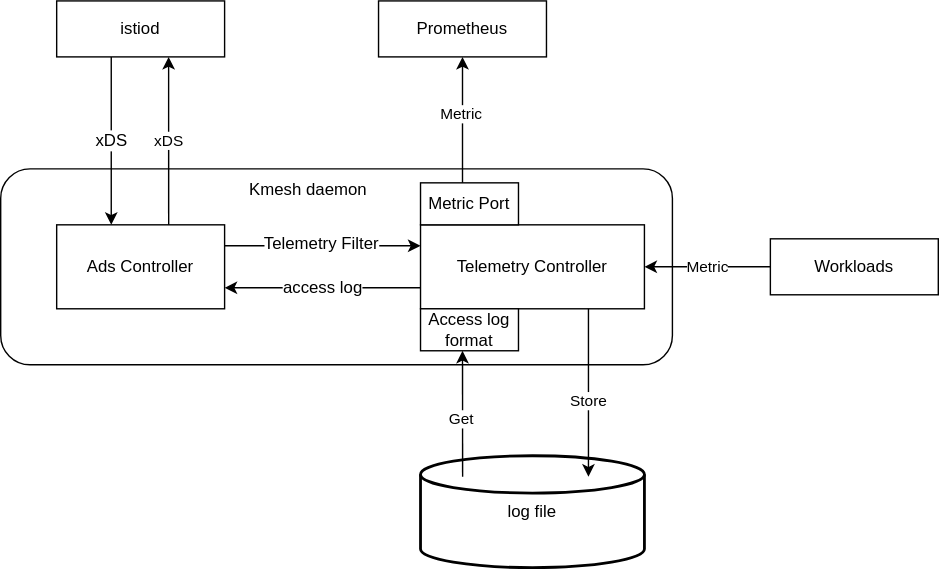
The draw.io diagram docs/proposal/pics/observability.svg in kmesh-net/kmesh, before a commit. Source tidied: cells renumbered, new cells last; positions are measured from the earlier drawing's top-left corner, leaving out a move shared by most shapes.
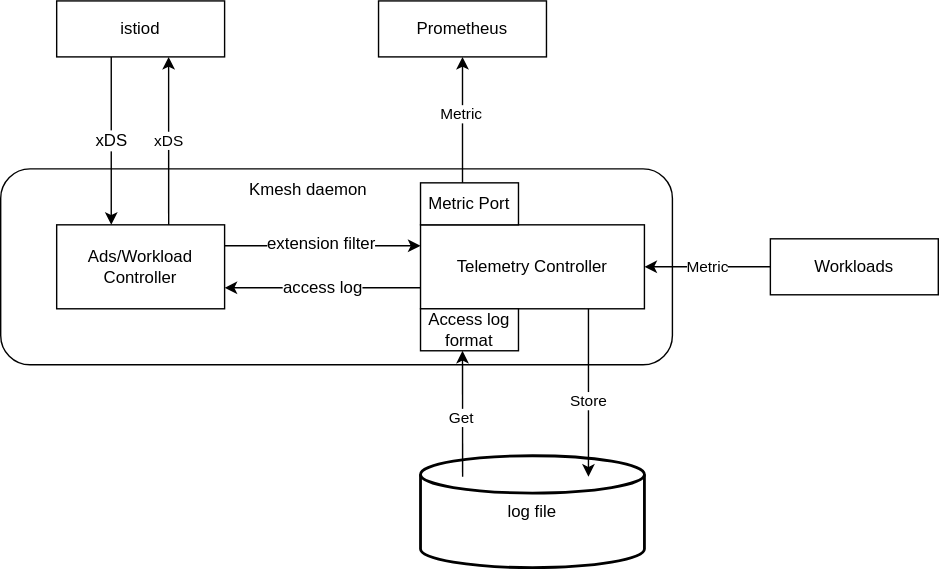
Later version of the same file.

Commit message:
change pictures in observability proposal

The edit, as a diff of the source:
```diff
@@ -8,7 +8,7 @@
     <mxCell id="3" style="rounded=1;whiteSpace=wrap;html=1;" parent="1" vertex="1">
       <mxGeometry y="120" width="480" height="140" as="geometry" />
     </mxCell>
-    <mxCell id="4" value="&lt;font style=&quot;font-size: 12px;&quot;&gt;Ads Controller&lt;/font&gt;" style="rounded=0;whiteSpace=wrap;html=1;" parent="1" vertex="1">
+    <mxCell id="4" value="&lt;font style=&quot;font-size: 12px;&quot;&gt;Ads/Workload Controller&lt;/font&gt;" style="rounded=0;whiteSpace=wrap;html=1;" parent="1" vertex="1">
       <mxGeometry x="40" y="160" width="120" height="60" as="geometry" />
     </mxCell>
     <mxCell id="5" style="edgeStyle=orthogonalEdgeStyle;rounded=0;jettySize=auto;html=1;exitX=0;exitY=0.75;exitDx=0;exitDy=0;entryX=1;entryY=0.75;entryDx=0;entryDy=0;" parent="1" edge="1" source="7" target="4">
@@ -34,7 +34,7 @@
         <mxPoint x="160" y="175" as="sourcePoint" />
       </mxGeometry>
     </mxCell>
-    <mxCell id="11" value="&lt;span style=&quot;font-size: 12px;&quot;&gt;Telemetry Filter&lt;/span&gt;" style="edgeLabel;html=1;align=center;verticalAlign=middle;" parent="10" vertex="1">
+    <mxCell id="11" value="&lt;span style=&quot;font-size: 12px;&quot;&gt;extension filter&lt;/span&gt;" style="edgeLabel;html=1;align=center;verticalAlign=middle;" parent="10" vertex="1">
       <mxGeometry x="-0.01" y="1" relative="1" as="geometry" />
     </mxCell>
     <mxCell id="12" value="&lt;font style=&quot;font-size: 12px;&quot;&gt;Workloads&lt;/font&gt;" style="rounded=0;whiteSpace=wrap;html=1;" parent="1" vertex="1">
```
